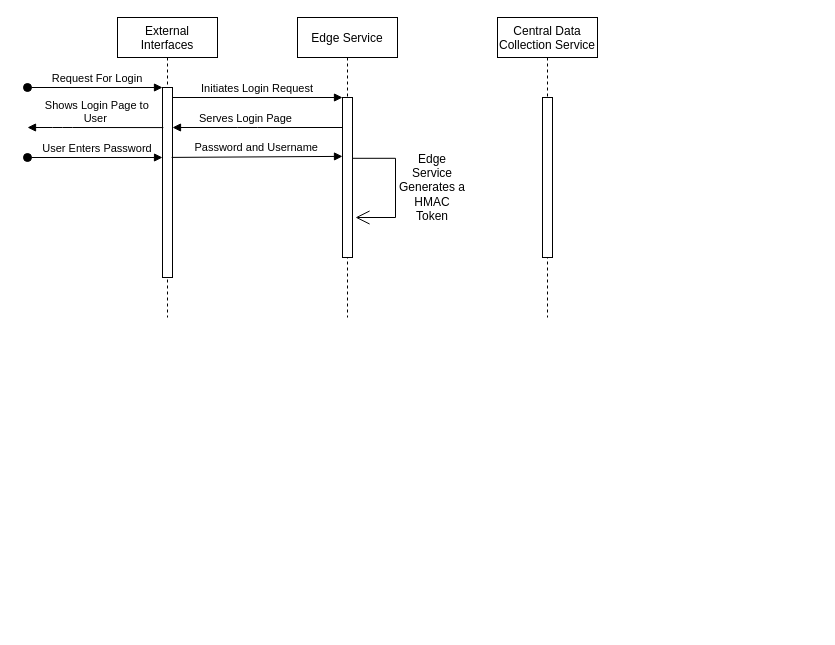
This is Untitled Diagram.drawio from rahulkaplesh/edgeService, a draw.io file, before an edit. Source tidied: cells renumbered, new cells numbered last; positions are measured from the earlier drawing's top-left corner, leaving out a move shared by most shapes. Both pictures are drawn from the tidied source at 100%, with x=0, y=0 at pixel (27, 17).
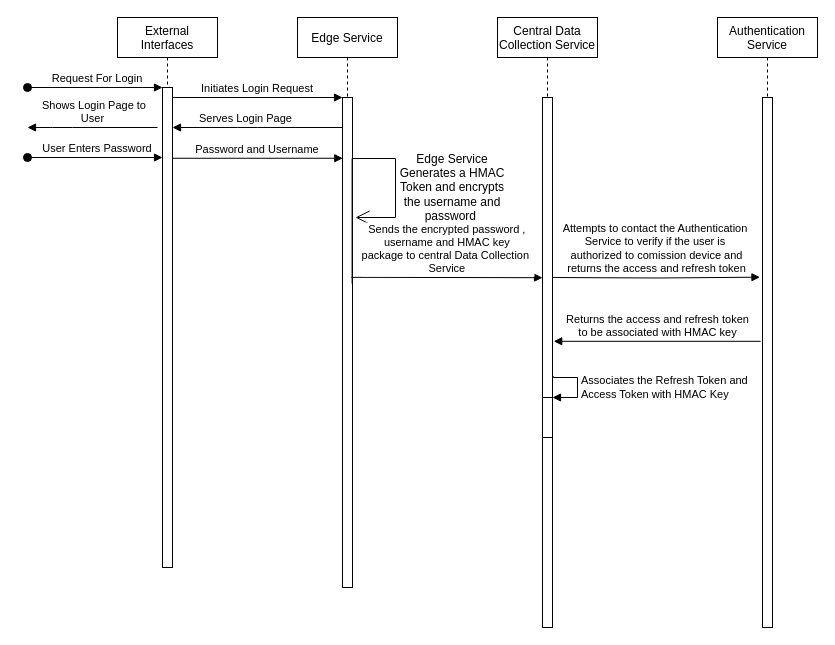
The same diagram, later.

The edit, as a diff of the source:
```diff
@@
     <mxCell id="2" value="External &#10;Interfaces" style="shape=umlLifeline;perimeter=lifelinePerimeter;rounded=0;shadow=0;strokeWidth=1;" parent="1" vertex="1">
-      <mxGeometry x="90" width="100" height="300" as="geometry" />
+      <mxGeometry x="90" width="100" height="550" as="geometry" />
     </mxCell>
     <mxCell id="3" style="points=[];perimeter=orthogonalPerimeter;rounded=0;shadow=0;strokeWidth=1;" parent="2" vertex="1">
-      <mxGeometry x="45" y="70" width="10" height="190" as="geometry" />
+      <mxGeometry x="45" y="70" width="10" height="480" as="geometry" />
     </mxCell>
@@
     <mxCell id="5" value="Edge Service" style="shape=umlLifeline;perimeter=lifelinePerimeter;rounded=0;shadow=0;strokeWidth=1;" parent="1" vertex="1">
-      <mxGeometry x="270" width="100" height="300" as="geometry" />
+      <mxGeometry x="270" width="100" height="570" as="geometry" />
     </mxCell>
     <mxCell id="6" style="points=[];perimeter=orthogonalPerimeter;rounded=0;shadow=0;strokeWidth=1;" parent="5" vertex="1">
-      <mxGeometry x="45" y="80" width="10" height="160" as="geometry" />
+      <mxGeometry x="45" y="80" width="10" height="490" as="geometry" />
     </mxCell>
@@
     <mxCell id="10" value="Central Data &#10;Collection Service" style="shape=umlLifeline;perimeter=lifelinePerimeter;rounded=0;shadow=0;strokeWidth=1;" parent="1" vertex="1">
-      <mxGeometry x="470" width="100" height="300" as="geometry" />
+      <mxGeometry x="470" width="100" height="610" as="geometry" />
     </mxCell>
     <mxCell id="11" style="points=[];perimeter=orthogonalPerimeter;rounded=0;shadow=0;strokeWidth=1;" parent="10" vertex="1">
-      <mxGeometry x="45" y="80" width="10" height="160" as="geometry" />
+      <mxGeometry x="45" y="80" width="10" height="530" as="geometry" />
     </mxCell>
+    <mxCell id="16" value="Attempts to contact the Authentication&amp;nbsp;&lt;br&gt;Service to verify if the user is&amp;nbsp;&lt;br&gt;authorized to comission device and &lt;br&gt;returns the access and refresh token" style="html=1;verticalAlign=bottom;endArrow=block;rounded=0;edgeStyle=orthogonalEdgeStyle;entryX=-0.255;entryY=0.339;entryDx=0;entryDy=0;entryPerimeter=0;" parent="10" edge="1" target="21">
+      <mxGeometry relative="1" as="geometry">
+        <mxPoint x="55" y="260" as="sourcePoint" />
+      </mxGeometry>
+    </mxCell>
+    <mxCell id="17" style="html=1;points=[];perimeter=orthogonalPerimeter;" parent="10" vertex="1">
+      <mxGeometry x="45" y="380" width="10" height="40" as="geometry" />
+    </mxCell>
+    <mxCell id="18" value="Associates the Refresh Token and&amp;nbsp;&lt;br&gt;Access Token with HMAC Key" style="edgeStyle=orthogonalEdgeStyle;html=1;align=left;spacingLeft=2;endArrow=block;rounded=0;entryX=1;entryY=0;exitX=1.086;exitY=0.526;exitDx=0;exitDy=0;exitPerimeter=0;" parent="10" edge="1" source="11" target="17">
+      <mxGeometry relative="1" as="geometry">
+        <Array as="points">
+          <mxPoint x="56" y="360" />
+          <mxPoint x="80" y="360" />
+          <mxPoint x="80" y="380" />
+        </Array>
+      </mxGeometry>
+    </mxCell>
-    <mxCell id="12" value="Shows Login Page to &#10;User " style="verticalAlign=bottom;endArrow=block;shadow=0;strokeWidth=1;exitX=0.08;exitY=0.211;exitDx=0;exitDy=0;exitPerimeter=0;" parent="1" edge="1" source="3">
+    <mxCell id="12" value="Shows Login Page to &#10;User " style="verticalAlign=bottom;endArrow=block;shadow=0;strokeWidth=1;" parent="1" edge="1">
       <mxGeometry x="-0.03" relative="1" as="geometry">
+        <mxPoint x="130" y="110" as="sourcePoint" />
         <mxPoint y="110" as="targetPoint" />
         <Array as="points">
           <mxPoint x="35" y="110" />
         </Array>
       </mxGeometry>
     </mxCell>
@@
-    <mxCell id="14" value="Password and Username" style="verticalAlign=bottom;endArrow=block;shadow=0;strokeWidth=1;exitX=0.92;exitY=0.368;exitDx=0;exitDy=0;exitPerimeter=0;entryX=0;entryY=0.368;entryDx=0;entryDy=0;entryPerimeter=0;" parent="1" edge="1" source="3" target="6">
+    <mxCell id="14" value="Password and Username" style="verticalAlign=bottom;endArrow=block;shadow=0;strokeWidth=1;entryX=0.029;entryY=0.124;entryDx=0;entryDy=0;entryPerimeter=0;" parent="1" edge="1" source="3" target="6">
       <mxGeometry relative="1" as="geometry" />
     </mxCell>
-    <mxCell id="15" value="Edge Service Generates a HMAC Token" style="text;html=1;strokeColor=none;fillColor=none;align=center;verticalAlign=middle;whiteSpace=wrap;rounded=0;" parent="1" vertex="1">
-      <mxGeometry x="370" y="140" width="70" height="60" as="geometry" />
+    <mxCell id="15" value="Edge Service Generates a HMAC Token and encrypts the username and password&amp;nbsp;" style="text;html=1;strokeColor=none;fillColor=none;align=center;verticalAlign=middle;whiteSpace=wrap;rounded=0;" parent="1" vertex="1">
+      <mxGeometry x="370" y="130" width="110" height="80" as="geometry" />
     </mxCell>
+    <mxCell id="19" value="Sends the encrypted password , &#10;username and HMAC key &#10;package to central Data Collection &#10;Service" style="verticalAlign=bottom;endArrow=block;shadow=0;strokeWidth=1;exitX=0.886;exitY=0.367;exitDx=0;exitDy=0;exitPerimeter=0;entryX=0;entryY=0.34;entryDx=0;entryDy=0;entryPerimeter=0;" parent="1" edge="1" source="6" target="11">
+      <mxGeometry relative="1" as="geometry" />
+    </mxCell>
+    <mxCell id="20" value="Authentication &#10;Service" style="shape=umlLifeline;perimeter=lifelinePerimeter;rounded=0;shadow=0;strokeWidth=1;" parent="1" vertex="1">
+      <mxGeometry x="690" width="100" height="610" as="geometry" />
+    </mxCell>
+    <mxCell id="21" style="points=[];perimeter=orthogonalPerimeter;rounded=0;shadow=0;strokeWidth=1;" parent="20" vertex="1">
+      <mxGeometry x="45" y="80" width="10" height="530" as="geometry" />
+    </mxCell>
+    <mxCell id="22" value="Returns the access and refresh token&lt;br&gt;to be associated with HMAC key" style="html=1;verticalAlign=bottom;endArrow=block;rounded=0;edgeStyle=orthogonalEdgeStyle;exitX=-0.186;exitY=0.46;exitDx=0;exitDy=0;exitPerimeter=0;entryX=1.121;entryY=0.46;entryDx=0;entryDy=0;entryPerimeter=0;" parent="1" edge="1" source="21" target="11">
+      <mxGeometry relative="1" as="geometry" />
+    </mxCell>
```
